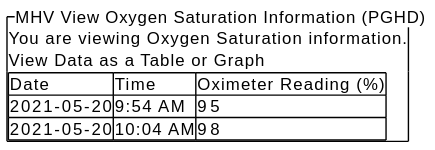
The PlantUML diagram input/images/BloodOxygenSatList.svg in JohnMoehrke/MHV-PGHD, before a commit. Its diagram source:
```plantuml
@startsalt
{^"MHV View Oxygen Saturation Information (PGHD)"
You are viewing Oxygen Saturation information.

View Data as a Table or Graph

{#
Date | Time | Oximeter Reading (%)
2021-05-20 | 9:54 AM | 95
2021-05-20 | 10:04 AM | 98
}
}
@endsalt
```
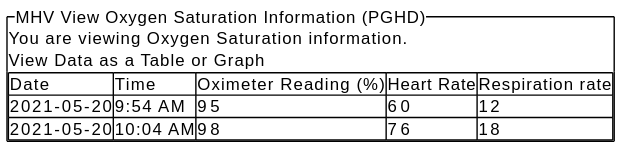
Later version of the same file.

Change to the diagram source:
```diff
@@ -5,9 +5,9 @@
 View Data as a Table or Graph
 
 {#
-Date | Time | Oximeter Reading (%)
-2021-05-20 | 9:54 AM | 95
-2021-05-20 | 10:04 AM | 98
+Date | Time | Oximeter Reading (%) | Heart Rate | Respiration rate
+2021-05-20 | 9:54 AM | 95 | 60 | 12
+2021-05-20 | 10:04 AM | 98 | 76 | 18
 }
 }
 @endsalt
```
